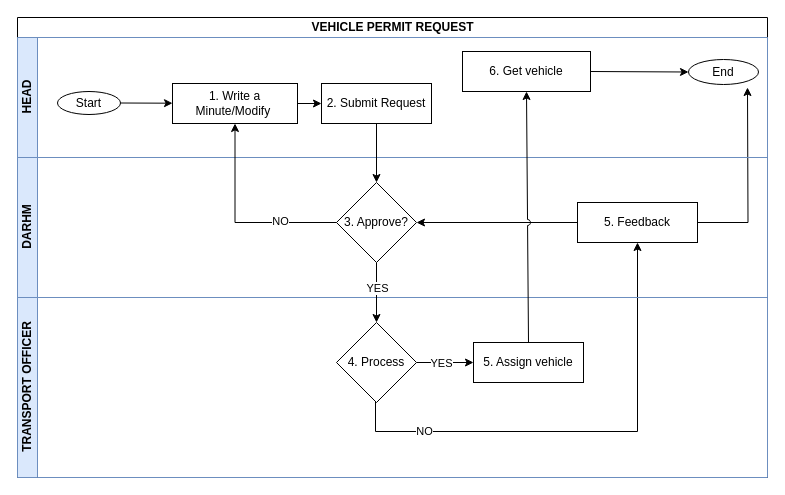
MbalamulaS/tech-diagrams keeps this draw.io diagram as page "Head Vehicle Permit Request" (13 of 13) of wajibika/wajibika-sketches.drawio. Above is the earlier version. Source tidied: cells renumbered, new cells numbered last; positions are measured from the earlier drawing's top-left corner, leaving out a move shared by most shapes. Both pictures are drawn from the tidied source at 100%, with x=0, y=0 at pixel (17, 17).
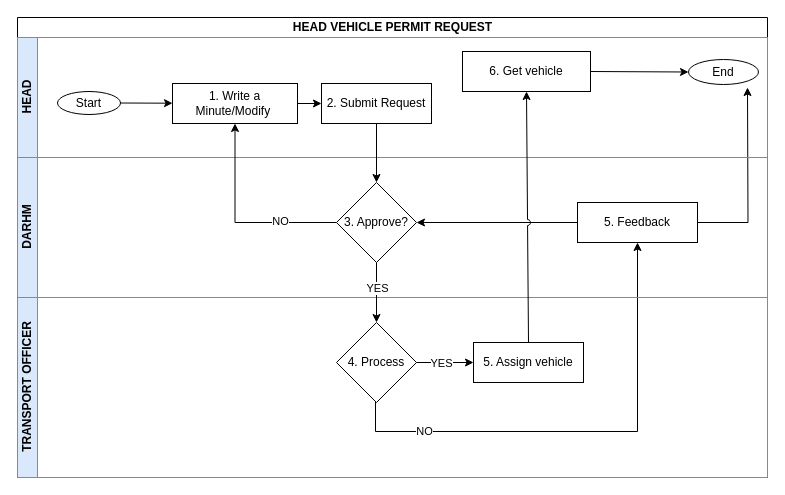
After the change.

What changed in the source:
```diff
@@
-    <mxCell id="2" value="VEHICLE PERMIT REQUEST" style="swimlane;horizontal=1;startSize=20;html=1;swimlaneFillColor=#FFFFFF;" parent="1" vertex="1">
+    <mxCell id="2" value="HEAD VEHICLE PERMIT REQUEST" style="swimlane;horizontal=1;startSize=20;html=1;swimlaneFillColor=#FFFFFF;" parent="1" vertex="1">
       <mxGeometry width="750" height="460" as="geometry" />
     </mxCell>
```
